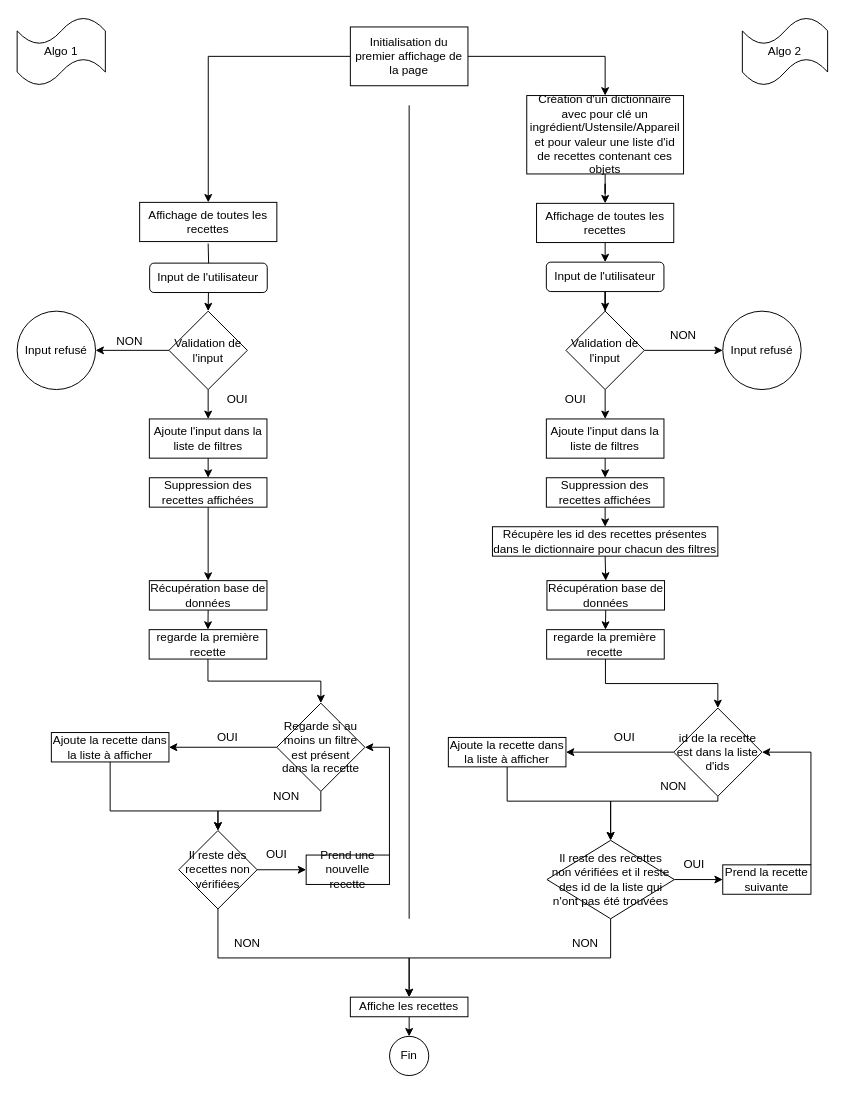
Antonin81/Les-petits-plats keeps this draw.io diagram as Diagramme sans nom.drawio. Above is the earlier version. Source tidied: cells renumbered, new cells numbered last; positions are measured from the earlier drawing's top-left corner, leaving out a move shared by most shapes. Both pictures are drawn from the tidied source at 98%, with x=0, y=0 at pixel (17, 17).
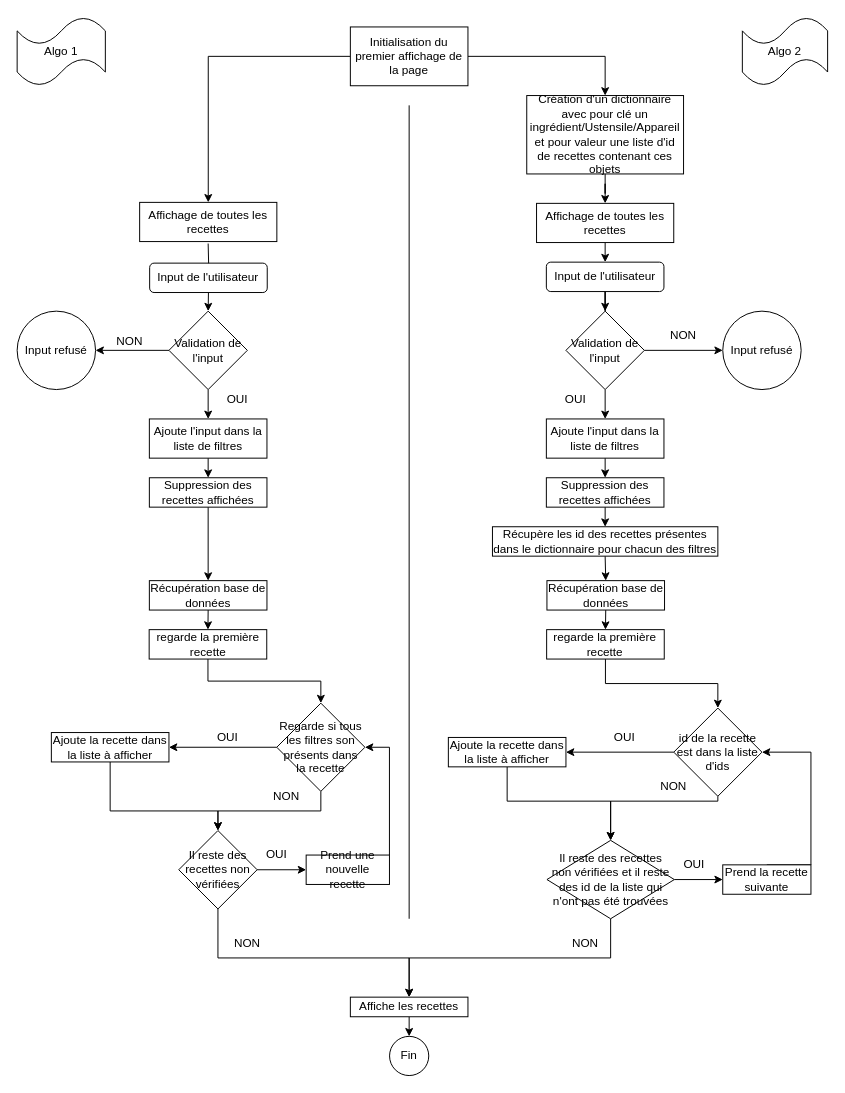
Above is the later version.

Commit message (it also covers changes not shown here):
Changement de l'algo 1 pour faire un ET au lieu d'un OU

The edit, as a diff of the source:
```diff
@@
-    <mxCell id="37" value="Regarde si au moins un filtre est présent dans la recette" style="rhombus;whiteSpace=wrap;html=1;" parent="1" vertex="1">
+    <mxCell id="37" value="Regarde si tous les filtres son présents dans la recette" style="rhombus;whiteSpace=wrap;html=1;" parent="1" vertex="1">
       <mxGeometry x="264.9" y="700" width="90" height="90" as="geometry" />
     </mxCell>
```
